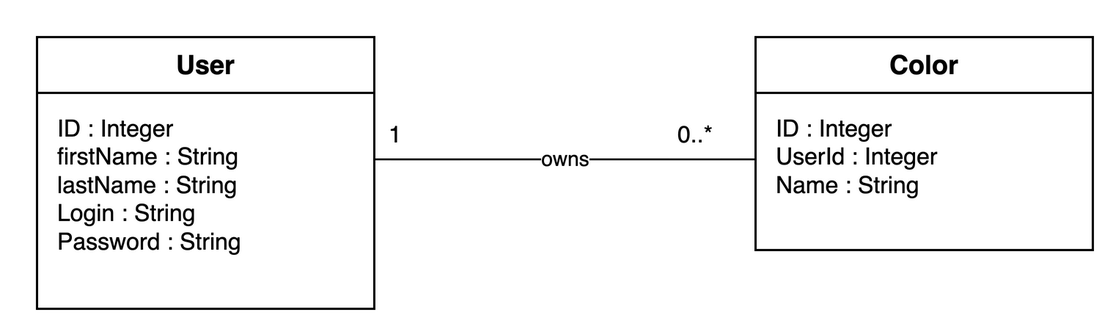
The draw.io diagram docs/uml/class.png in milesrack/colors-lamp, before a commit. Source tidied: cells renumbered, new cells last; positions are measured from the earlier drawing's top-left corner, leaving out a move shared by most shapes.
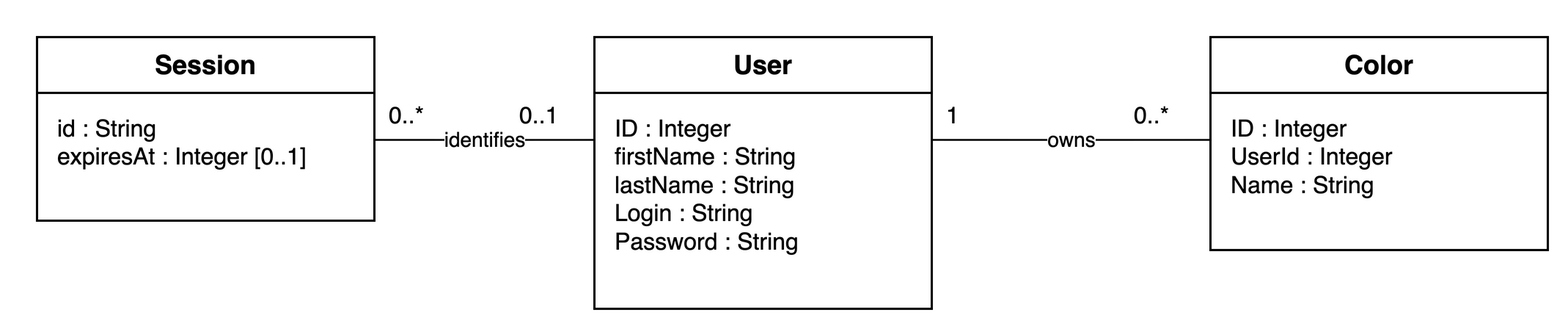
The same file after the commit.

Diff of the diagram source:
```diff
@@ -2,26 +2,41 @@
   <root>
     <mxCell id="0" />
     <mxCell id="1" parent="0" />
+    <mxCell id="9" value="Session" style="html=1;whiteSpace=wrap;fontFamily=Helvetica;fontSize=16;fontColor=#000000;strokeColor=#000000;fillColor=#FFFFFF;strokeWidth=1.5;swimlane;startSize=38;horizontal=1;rounded=0;fontStyle=1;fontSize=18;" parent="1" vertex="1">
+      <mxGeometry width="230" height="125" as="geometry" />
+    </mxCell>
+    <mxCell id="10" value="id : String&lt;br&gt;expiresAt : Integer [0..1]" style="html=1;whiteSpace=wrap;fontFamily=Helvetica;fontSize=16;fontColor=#000000;strokeColor=#000000;fillColor=#FFFFFF;strokeWidth=1.5;text;strokeColor=none;fillColor=none;align=left;verticalAlign=top;fontSize=16;" parent="1" vertex="1">
+      <mxGeometry x="12" y="46" width="206" height="73" as="geometry" />
+    </mxCell>
     <mxCell id="2" value="User" style="html=1;whiteSpace=wrap;fontFamily=Helvetica;fontSize=16;fontColor=#000000;strokeColor=#000000;fillColor=#FFFFFF;strokeWidth=1.5;swimlane;startSize=38;horizontal=1;rounded=0;fontStyle=1;fontSize=18;" parent="1" vertex="1">
-      <mxGeometry width="230" height="185" as="geometry" />
+      <mxGeometry x="380" width="230" height="185" as="geometry" />
     </mxCell>
     <mxCell id="3" value="ID : Integer&lt;br&gt;firstName : String&lt;br&gt;lastName : String&lt;br&gt;Login : String&lt;br&gt;Password : String" style="html=1;whiteSpace=wrap;fontFamily=Helvetica;fontSize=16;fontColor=#000000;strokeColor=#000000;fillColor=#FFFFFF;strokeWidth=1.5;text;strokeColor=none;fillColor=none;align=left;verticalAlign=top;fontSize=16;" parent="1" vertex="1">
-      <mxGeometry x="12" y="46" width="206" height="133" as="geometry" />
+      <mxGeometry x="392" y="46" width="206" height="133" as="geometry" />
     </mxCell>
     <mxCell id="4" value="Color" style="html=1;whiteSpace=wrap;fontFamily=Helvetica;fontSize=16;fontColor=#000000;strokeColor=#000000;fillColor=#FFFFFF;strokeWidth=1.5;swimlane;startSize=38;horizontal=1;rounded=0;fontStyle=1;fontSize=18;" parent="1" vertex="1">
-      <mxGeometry x="490" width="230" height="145" as="geometry" />
+      <mxGeometry x="800" width="230" height="145" as="geometry" />
     </mxCell>
     <mxCell id="5" value="ID : Integer&lt;br&gt;UserId : Integer&lt;br&gt;Name : String" style="html=1;whiteSpace=wrap;fontFamily=Helvetica;fontSize=16;fontColor=#000000;strokeColor=#000000;fillColor=#FFFFFF;strokeWidth=1.5;text;strokeColor=none;fillColor=none;align=left;verticalAlign=top;fontSize=16;" parent="1" vertex="1">
-      <mxGeometry x="502" y="46" width="206" height="93" as="geometry" />
+      <mxGeometry x="812" y="46" width="206" height="93" as="geometry" />
     </mxCell>
+    <mxCell id="11" value="identifies" style="edgeStyle=orthogonalEdgeStyle;rounded=0;html=1;fontFamily=Helvetica;fontSize=14;fontColor=#000000;strokeColor=#000000;strokeWidth=1.3;labelBackgroundColor=#FFFFFF;endArrow=block;endFill=1;jettySize=auto;edgeStyle=none;endArrow=none;exitX=1;exitY=0.56;entryX=0;entryY=0.378378;" parent="1" edge="1" source="9" target="2">
+      <mxGeometry relative="1" as="geometry" />
+    </mxCell>
-    <mxCell id="6" value="owns" style="edgeStyle=orthogonalEdgeStyle;rounded=0;html=1;fontFamily=Helvetica;fontSize=14;fontColor=#000000;strokeColor=#000000;strokeWidth=1.3;labelBackgroundColor=#FFFFFF;endArrow=block;endFill=1;jettySize=auto;edgeStyle=none;endArrow=none;exitX=1;exitY=0.45;entryX=0;entryY=0.57414;" parent="1" edge="1" source="2" target="4">
+    <mxCell id="6" value="owns" style="edgeStyle=orthogonalEdgeStyle;rounded=0;html=1;fontFamily=Helvetica;fontSize=14;fontColor=#000000;strokeColor=#000000;strokeWidth=1.3;labelBackgroundColor=#FFFFFF;endArrow=block;endFill=1;jettySize=auto;edgeStyle=none;endArrow=none;exitX=1;exitY=0.378378;entryX=0;entryY=0.482759;" parent="1" edge="1" source="2" target="4">
       <mxGeometry relative="1" as="geometry" />
     </mxCell>
+    <mxCell id="12" value="0..*" style="html=1;whiteSpace=wrap;fontFamily=Helvetica;fontSize=16;fontColor=#000000;strokeColor=#000000;fillColor=#FFFFFF;strokeWidth=1.5;text;strokeColor=none;fillColor=none;" parent="1" vertex="1">
+      <mxGeometry x="238" y="37" width="45" height="25" as="geometry" />
+    </mxCell>
+    <mxCell id="13" value="0..1" style="html=1;whiteSpace=wrap;fontFamily=Helvetica;fontSize=16;fontColor=#000000;strokeColor=#000000;fillColor=#FFFFFF;strokeWidth=1.5;text;strokeColor=none;fillColor=none;" parent="1" vertex="1">
+      <mxGeometry x="327" y="37" width="45" height="25" as="geometry" />
+    </mxCell>
     <mxCell id="7" value="1" style="html=1;whiteSpace=wrap;fontFamily=Helvetica;fontSize=16;fontColor=#000000;strokeColor=#000000;fillColor=#FFFFFF;strokeWidth=1.5;text;strokeColor=none;fillColor=none;" parent="1" vertex="1">
-      <mxGeometry x="238" y="50" width="30" height="25" as="geometry" />
+      <mxGeometry x="618" y="37" width="45" height="25" as="geometry" />
     </mxCell>
     <mxCell id="8" value="0..*" style="html=1;whiteSpace=wrap;fontFamily=Helvetica;fontSize=16;fontColor=#000000;strokeColor=#000000;fillColor=#FFFFFF;strokeWidth=1.5;text;strokeColor=none;fillColor=none;" parent="1" vertex="1">
-      <mxGeometry x="435" y="50" width="45" height="25" as="geometry" />
+      <mxGeometry x="746" y="37" width="45" height="25" as="geometry" />
     </mxCell>
   </root>
 </mxGraphModel>
```
